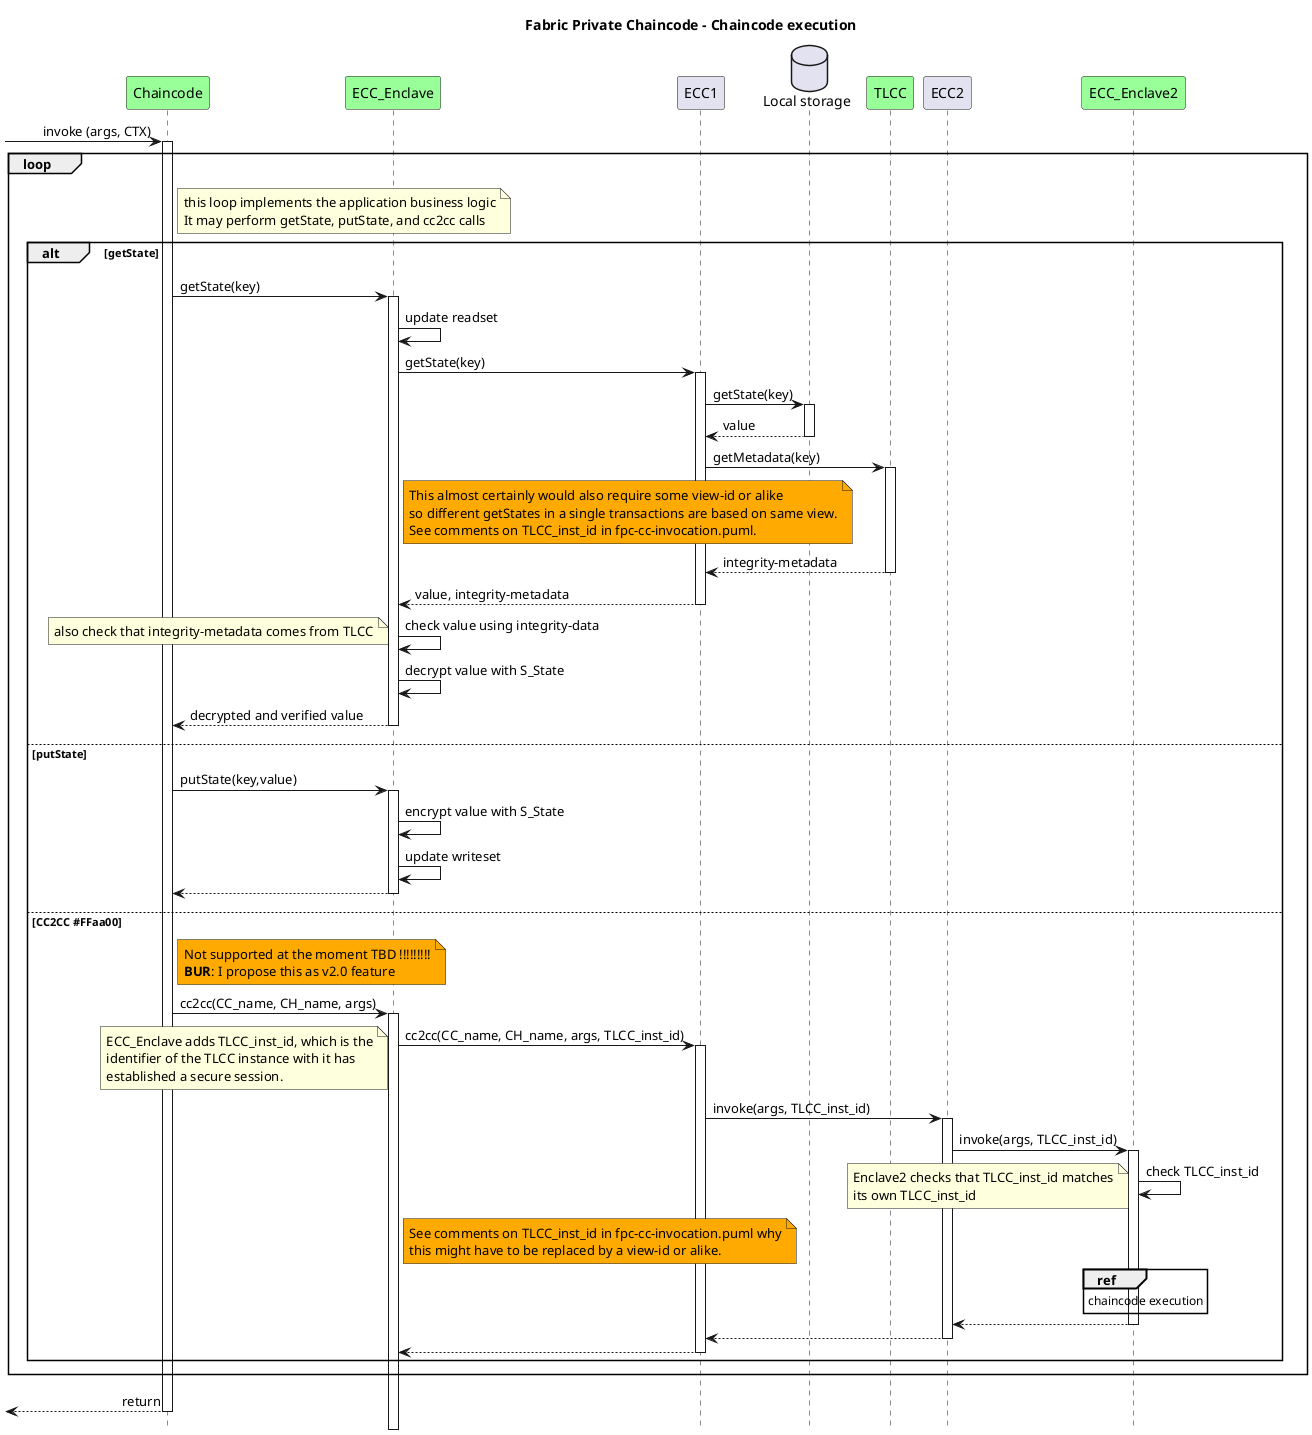
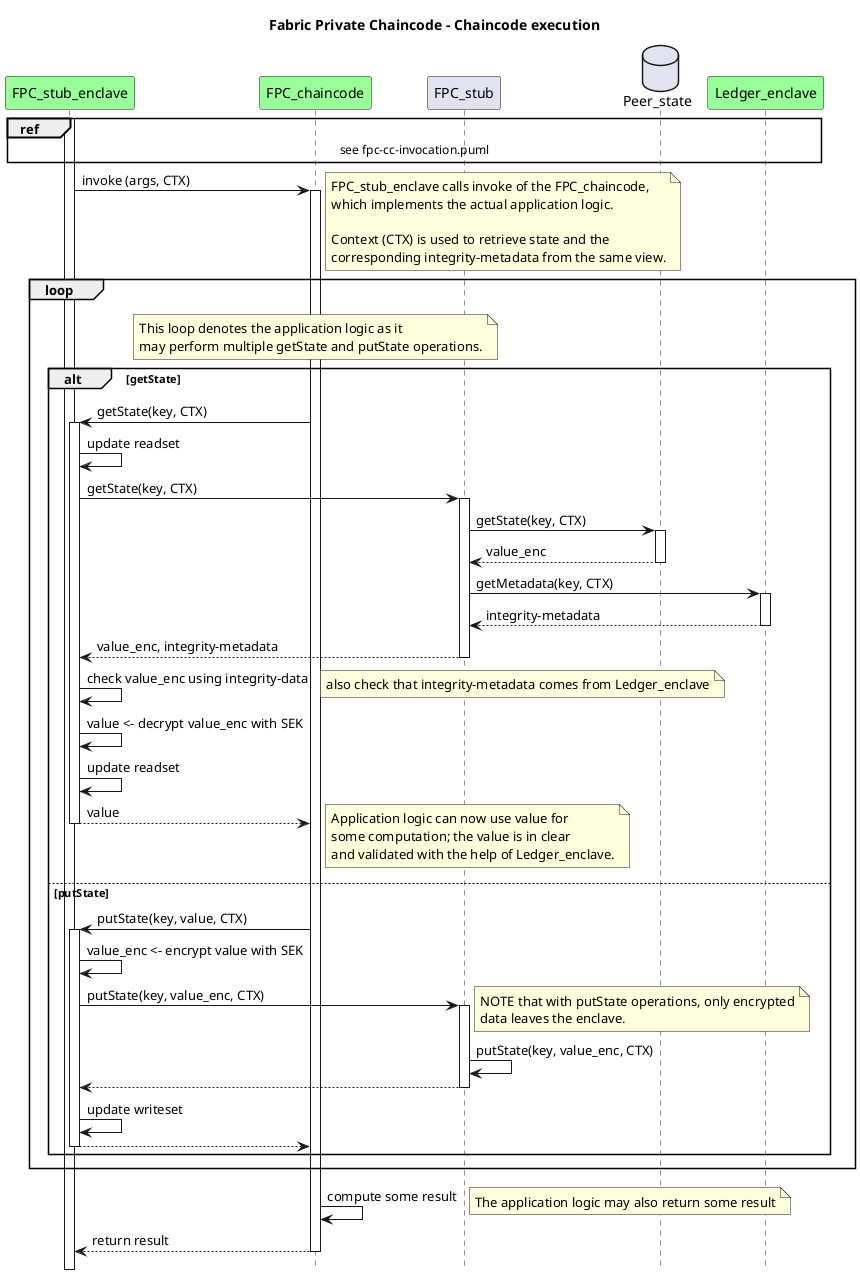
/'
    Copyright 2020 Intel Corporation
    Copyright IBM Corp. All Rights Reserved.

    SPDX-License-Identifier: Apache-2.0
'/

@startuml

'- force wrapping of longer text
'skinparam wrapWidth 400

!pragma teoz true

hide footbox
title Foot Box removed

title Fabric Private Chaincode - Chaincode execution

- 'actor "User Org1" as User1 order 9
- 'participant "ECC_Manager (syscc) Peer1_Org1" as Manager1 order 20
+ participant "FPC_stub_enclave" as Enclave1 order 10 #99FF99
+ participant "FPC_chaincode" as Chaincode order 30 #99FF99
+ 
+ participant "FPC_stub" as ECC1 order 31
+ 
+ database "Peer_state" as storage1 order 40
+ participant "Ledger_enclave" as TLCC1 order 41 #99FF99
+ 
+ activate Enclave1
+ 
+ ref over Enclave1, TLCC1
+     see fpc-cc-invocation.puml
+ end


+ Enclave1 -> Chaincode : invoke (args, CTX)
+ activate Chaincode
+ note right
+     FPC_stub_enclave calls invoke of the FPC_chaincode,
+     which implements the actual application logic.

- 
- participant "Chaincode" as Chaincode order 10 #99FF99
- 
- participant "ECC_Enclave" as Enclave1 order 30 #99FF99
- participant "ECC1" as ECC1 order 31
- 
- database "Local storage" as storage1 order 40
- participant "TLCC" as TLCC1 order 41 #99FF99
- 
- 
- participant "ECC2" as ECC2 order 50
- participant "ECC_Enclave2" as Enclave2 order 51 #99FF99
- 
- 
- [-> Chaincode : invoke (args, CTX)
- activate Chaincode
+     Context (CTX) is used to retrieve state and the
+     corresponding integrity-metadata from the same view.
+ end note

loop
-   note right Chaincode
-     this loop implements the application business logic
-     It may perform getState, putState, and cc2cc calls
+   note over Chaincode
+     This loop denotes the application logic as it
+     may perform multiple getState and putState operations.
  end note

  alt getState
-     Chaincode -> Enclave1 ++ : getState(key)
+     Chaincode -> Enclave1 ++ : getState(key, CTX)
    Enclave1 -> Enclave1 : update readset
-     Enclave1 -> ECC1 ++ : getState(key)
-     ECC1 -> storage1 ++ : getState(key)
+     Enclave1 -> ECC1 ++ : getState(key, CTX)
+     ECC1 -> storage1 ++ : getState(key, CTX)
+     return value_enc
+     ECC1 -> TLCC1 ++ : getMetadata(key, CTX)
+     return integrity-metadata
+     return value_enc, integrity-metadata
+     Enclave1 -> Enclave1 : check value_enc using integrity-data
+ 
+     note right: also check that integrity-metadata comes from Ledger_enclave
+     Enclave1 -> Enclave1 : value <- decrypt value_enc with SEK
+     Enclave1 -> Enclave1 : update readset
    return value
-     ECC1 -> TLCC1 ++ : getMetadata(key)
-     note right Enclave1 #FFaa00
-       This almost certainly would also require some view-id or alike
-       so different getStates in a single transactions are based on same view.
-       See comments on TLCC_inst_id in fpc-cc-invocation.puml.
+     note right
+         Application logic can now use value for
+         some computation; the value is in clear
+         and validated with the help of Ledger_enclave.
    end note
-     return integrity-metadata
-     return value, integrity-metadata
-     Enclave1 -> Enclave1 : check value using integrity-data
-     note left: also check that integrity-metadata comes from TLCC
-     Enclave1 -> Enclave1 : decrypt value with S_State
-     return decrypted and verified value


  else putState
-     Chaincode -> Enclave1 ++ : putState(key,value)
-     Enclave1 -> Enclave1 : encrypt value with S_State
+     Chaincode -> Enclave1 ++ : putState(key, value, CTX)
+     Enclave1 -> Enclave1 : value_enc <- encrypt value with SEK
+     Enclave1 -> ECC1 ++: putState(key, value_enc, CTX)
+     note right
+         NOTE that with putState operations, only encrypted
+         data leaves the enclave.
+     end note
+     ECC1 -> ECC1 : putState(key, value_enc, CTX)
+     return
+ 
    Enclave1 -> Enclave1 : update writeset
    return

-   else CC2CC #FFaa00
- 
-     note right Chaincode #FFaa00
-       Not supported at the moment TBD !!!!!!!!!
-       **BUR**: I propose this as v2.0 feature
-     end note
- 
-     Chaincode -> Enclave1 ++ : cc2cc(CC_name, CH_name, args)
- 
-     Enclave1 -> ECC1 ++ : cc2cc(CC_name, CH_name, args, TLCC_inst_id)
-     note left
-       ECC_Enclave adds TLCC_inst_id, which is the
-       identifier of the TLCC instance with it has
-       established a secure session.
-     end note
- 
-     ECC1 -> ECC2 ++ : invoke(args, TLCC_inst_id)
- 
-     ECC2 -> Enclave2 ++ : invoke(args, TLCC_inst_id)
-     Enclave2 -> Enclave2 : check TLCC_inst_id
-     note left
-       Enclave2 checks that TLCC_inst_id matches
-       its own TLCC_inst_id
-     end note
-     note right Enclave1 #FFaa00
-       See comments on TLCC_inst_id in fpc-cc-invocation.puml why
-       this might have to be replaced by a view-id or alike.
-     end note
- 
-     ref over Enclave2
-       chaincode execution
-     end ref
-     return
- 
-     return
- 
-     return
  end
end

- Chaincode -->[ : return
+ Chaincode -> Chaincode : compute some result
+ note right
+     The application logic may also return some result
+ end note
+ 
+ Chaincode --> Enclave1 : return result
deactivate Chaincode

@enduml
